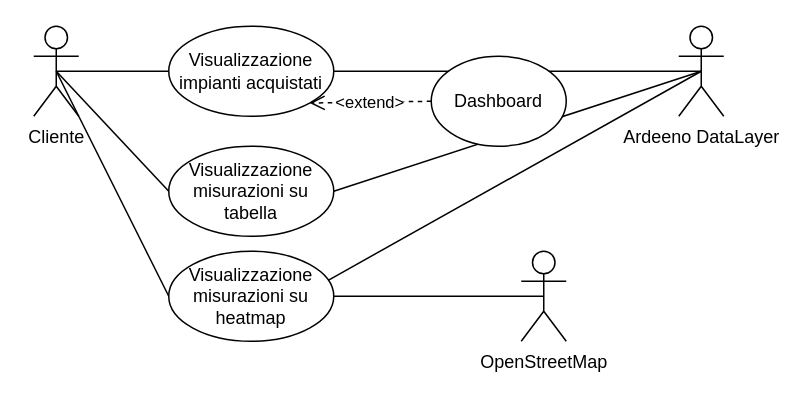
Above: deliverables/d2/.media/.drawio/cliente2.drawio in amanfucci/ardeeno-workondeliverables (draw.io), before the change. Source tidied: cells renumbered, new cells numbered last; positions are measured from the earlier drawing's top-left corner, leaving out a move shared by most shapes. Both pictures are drawn from the tidied source at 150%, with x=0, y=0 at pixel (33, 26).
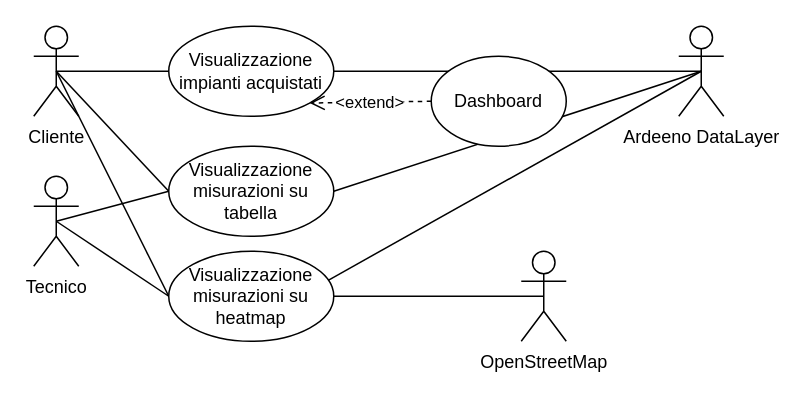
Above is the later version.

The edit, as a diff of the source:
```diff
@@
 <mxGraphModel background="#FFFFFF">
   <root>
     <mxCell id="0" />
     <mxCell id="1" parent="0" />
     <mxCell id="2" style="edgeStyle=none;rounded=0;jettySize=auto;html=1;exitX=0;exitY=0.5;exitDx=0;exitDy=0;entryX=0.5;entryY=0.5;entryDx=0;entryDy=0;entryPerimeter=0;endArrow=none;endFill=0;endSize=10;strokeColor=#000000;" parent="1" edge="1" source="3" target="7">
       <mxGeometry relative="1" as="geometry" />
     </mxCell>
     <mxCell id="3" value="Visualizzazione impianti acquistati" style="ellipse;whiteSpace=wrap;html=1;strokeColor=#000000;" parent="1" vertex="1">
       <mxGeometry x="90" width="110" height="60" as="geometry" />
     </mxCell>
     <mxCell id="4" style="edgeStyle=none;rounded=0;jettySize=auto;html=1;exitX=0;exitY=0.5;exitDx=0;exitDy=0;endArrow=none;endFill=0;endSize=10;entryX=0.5;entryY=0.5;entryDx=0;entryDy=0;entryPerimeter=0;strokeColor=#000000;" parent="1" edge="1" source="5" target="7">
       <mxGeometry relative="1" as="geometry" />
     </mxCell>
+    <mxCell id="17" style="rounded=0;jettySize=auto;html=1;exitX=0;exitY=0.5;exitDx=0;exitDy=0;entryX=0.5;entryY=0.5;entryDx=0;entryDy=0;entryPerimeter=0;endArrow=none;endFill=0;" parent="1" edge="1" source="5" target="19">
+      <mxGeometry relative="1" as="geometry" />
+    </mxCell>
     <mxCell id="5" value="Visualizzazione misurazioni su tabella" style="ellipse;whiteSpace=wrap;html=1;strokeColor=#000000;" parent="1" vertex="1">
       <mxGeometry x="90" y="80" width="110" height="60" as="geometry" />
     </mxCell>
     <mxCell id="6" style="edgeStyle=none;rounded=0;jettySize=auto;html=1;entryX=0;entryY=0.5;entryDx=0;entryDy=0;endArrow=none;endFill=0;endSize=10;exitX=0.5;exitY=0.5;exitDx=0;exitDy=0;exitPerimeter=0;strokeColor=#000000;" parent="1" edge="1" source="7" target="14">
       <mxGeometry relative="1" as="geometry" />
     </mxCell>
     <mxCell id="7" value="Cliente" style="shape=umlActor;verticalLabelPosition=bottom;verticalAlign=top;html=1;outlineConnect=0;perimeterSpacing=14;strokeColor=#000000;" parent="1" vertex="1">
       <mxGeometry width="30" height="60" as="geometry" />
     </mxCell>
     <mxCell id="8" style="edgeStyle=none;rounded=0;jettySize=auto;html=1;exitX=0.5;exitY=0.5;exitDx=0;exitDy=0;exitPerimeter=0;entryX=1;entryY=0.5;entryDx=0;entryDy=0;endArrow=none;endFill=0;endSize=10;strokeColor=#000000;" parent="1" edge="1" source="11" target="3">
       <mxGeometry relative="1" as="geometry" />
     </mxCell>
     <mxCell id="9" style="edgeStyle=none;rounded=0;jettySize=auto;html=1;exitX=0.5;exitY=0.5;exitDx=0;exitDy=0;exitPerimeter=0;entryX=1;entryY=0.5;entryDx=0;entryDy=0;endArrow=none;endFill=0;endSize=10;strokeColor=#000000;" parent="1" edge="1" source="11" target="5">
       <mxGeometry relative="1" as="geometry" />
     </mxCell>
     <mxCell id="10" style="rounded=0;jettySize=auto;html=1;exitX=0.5;exitY=0.5;exitDx=0;exitDy=0;exitPerimeter=0;entryX=0.969;entryY=0.32;entryDx=0;entryDy=0;strokeColor=#000000;endArrow=none;endFill=0;entryPerimeter=0;" parent="1" edge="1" source="11" target="14">
       <mxGeometry relative="1" as="geometry" />
     </mxCell>
     <mxCell id="11" value="Ardeeno DataLayer" style="shape=umlActor;verticalLabelPosition=bottom;verticalAlign=top;html=1;outlineConnect=0;strokeColor=#000000;" parent="1" vertex="1">
       <mxGeometry x="430" width="30" height="60" as="geometry" />
     </mxCell>
     <mxCell id="12" value="Dashboard" style="ellipse;whiteSpace=wrap;html=1;strokeColor=#000000;" parent="1" vertex="1">
       <mxGeometry x="265" y="20" width="90" height="60" as="geometry" />
     </mxCell>
     <mxCell id="13" value="&amp;lt;extend&amp;gt;" style="endArrow=open;endSize=8;endFill=0;html=1;rounded=0;dashed=1;exitX=0;exitY=0.5;exitDx=0;exitDy=0;strokeColor=#000000;entryX=1;entryY=1;entryDx=0;entryDy=0;startSize=0;" parent="1" edge="1" source="12" target="3">
       <mxGeometry relative="1" as="geometry" />
     </mxCell>
+    <mxCell id="18" style="edgeStyle=none;rounded=0;jettySize=auto;html=1;exitX=0;exitY=0.5;exitDx=0;exitDy=0;entryX=0.5;entryY=0.5;entryDx=0;entryDy=0;entryPerimeter=0;endArrow=none;endFill=0;" parent="1" edge="1" source="14" target="19">
+      <mxGeometry relative="1" as="geometry" />
+    </mxCell>
     <mxCell id="14" value="Visualizzazione misurazioni su heatmap" style="ellipse;whiteSpace=wrap;html=1;strokeColor=#000000;" parent="1" vertex="1">
       <mxGeometry x="90" y="150" width="110" height="60" as="geometry" />
     </mxCell>
     <mxCell id="15" style="edgeStyle=none;rounded=0;jettySize=auto;html=1;exitX=0.5;exitY=0.5;exitDx=0;exitDy=0;exitPerimeter=0;entryX=1;entryY=0.5;entryDx=0;entryDy=0;endArrow=none;endFill=0;endSize=10;strokeColor=#000000;" parent="1" edge="1" source="16" target="14">
       <mxGeometry relative="1" as="geometry" />
     </mxCell>
     <mxCell id="16" value="OpenStreetMap" style="shape=umlActor;verticalLabelPosition=bottom;verticalAlign=top;html=1;outlineConnect=0;strokeColor=#000000;" parent="1" vertex="1">
       <mxGeometry x="325" y="150" width="30" height="60" as="geometry" />
     </mxCell>
+    <mxCell id="19" value="Tecnico" style="shape=umlActor;verticalLabelPosition=bottom;verticalAlign=top;html=1;outlineConnect=0;perimeterSpacing=14;strokeColor=#000000;" parent="1" vertex="1">
+      <mxGeometry y="100" width="30" height="60" as="geometry" />
+    </mxCell>
   </root>
 </mxGraphModel>
```
